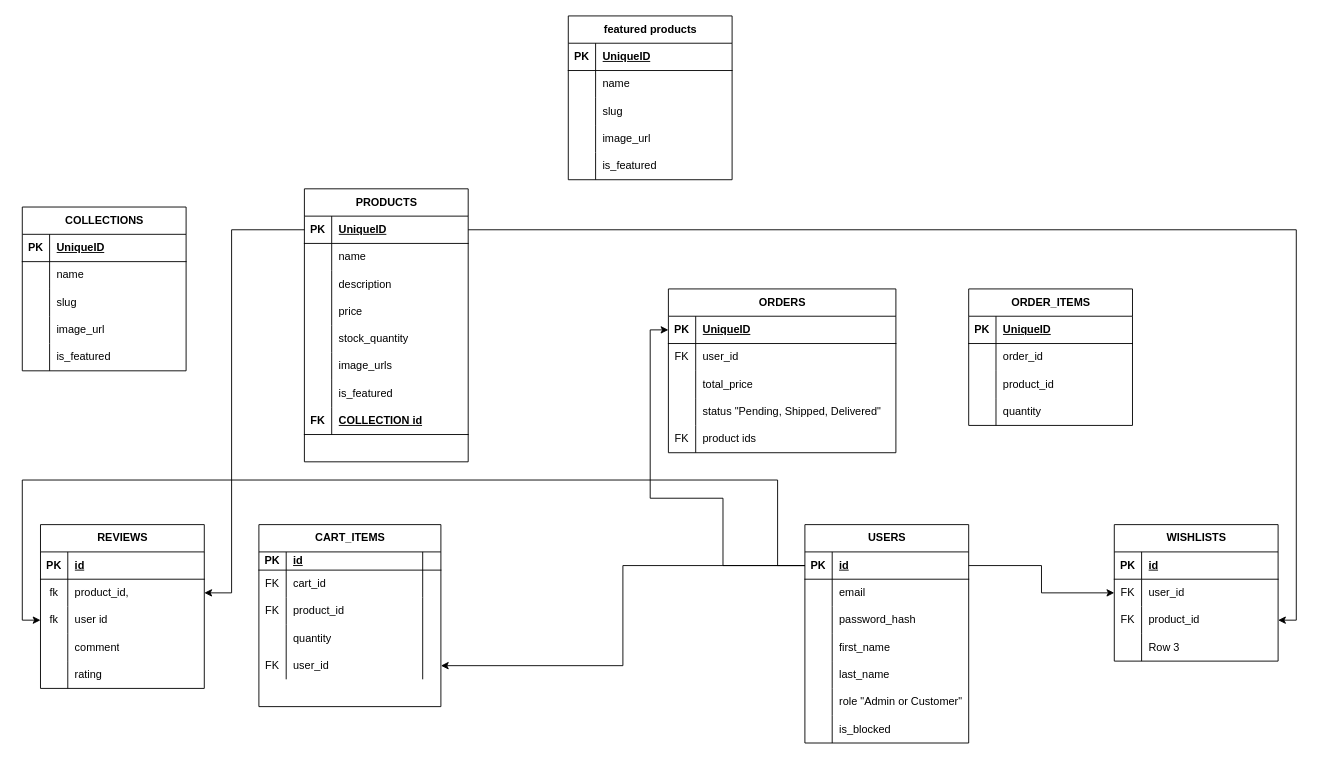
parvesmosarof35/ecommarce-backend keeps this draw.io diagram as erd for ecommarce.drawio. Above is the earlier version. Source tidied: cells renumbered, new cells numbered last; positions are measured from the earlier drawing's top-left corner, leaving out a move shared by most shapes. Both pictures are drawn from the tidied source at 91%, with x=0, y=0 at pixel (22, 15).
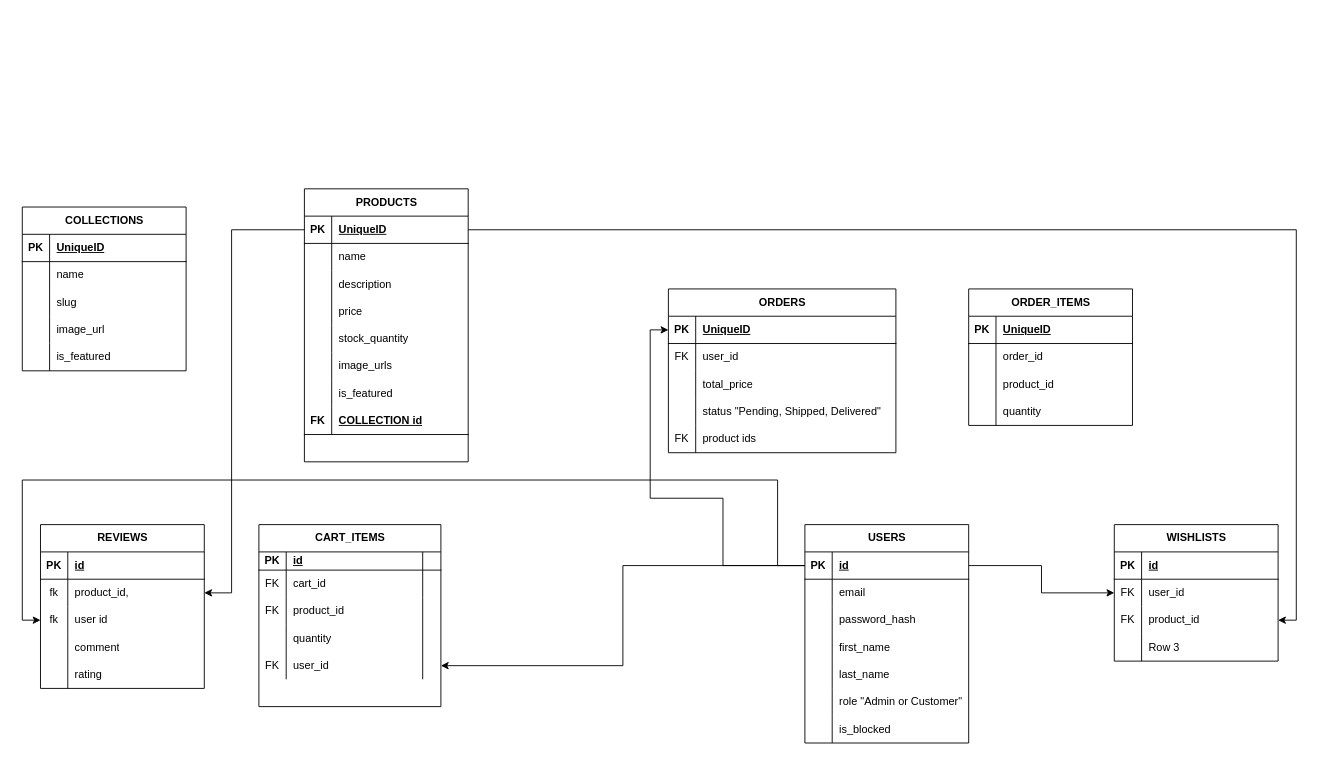
Above is the later version.

What changed in the source:
```diff
@@
-    <mxCell id="150" value="featured products" style="shape=table;startSize=30;childLayout=tableLayout;rowLines=0;fontStyle=1;align=center;html=1;" parent="1" vertex="1">
-      <mxGeometry x="600" width="180" height="180" as="geometry" />
-    </mxCell>
-    <mxCell id="151" style="shape=tableRow;horizontal=0;startSize=0;swimlaneHead=0;swimlaneBody=0;fillColor=none;top=0;left=0;right=0;bottom=1;" parent="150" vertex="1">
-      <mxGeometry y="30" width="180" height="30" as="geometry" />
-    </mxCell>
-    <mxCell id="152" value="PK" style="shape=partialRectangle;fillColor=none;top=0;left=0;bottom=0;right=0;fontStyle=1;overflow=hidden;whiteSpace=wrap;html=1;" parent="151" vertex="1">
-      <mxGeometry width="30" height="30" as="geometry" />
-    </mxCell>
-    <mxCell id="153" value="UniqueID" style="shape=partialRectangle;fillColor=none;top=0;left=0;bottom=0;right=0;align=left;spacingLeft=6;fontStyle=5;overflow=hidden;whiteSpace=wrap;html=1;" parent="151" vertex="1">
-      <mxGeometry x="30" width="150" height="30" as="geometry" />
-    </mxCell>
-    <mxCell id="154" style="shape=tableRow;horizontal=0;startSize=0;swimlaneHead=0;swimlaneBody=0;fillColor=none;top=0;left=0;right=0;bottom=0;" parent="150" vertex="1">
-      <mxGeometry y="60" width="180" height="30" as="geometry" />
-    </mxCell>
-    <mxCell id="155" style="shape=partialRectangle;fillColor=none;top=0;left=0;bottom=0;right=0;overflow=hidden;whiteSpace=wrap;html=1;" parent="154" vertex="1">
-      <mxGeometry width="30" height="30" as="geometry" />
-    </mxCell>
-    <mxCell id="156" value="name " style="shape=partialRectangle;fillColor=none;top=0;left=0;bottom=0;right=0;align=left;spacingLeft=6;overflow=hidden;whiteSpace=wrap;html=1;" parent="154" vertex="1">
-      <mxGeometry x="30" width="150" height="30" as="geometry" />
-    </mxCell>
-    <mxCell id="157" style="shape=tableRow;horizontal=0;startSize=0;swimlaneHead=0;swimlaneBody=0;fillColor=none;top=0;left=0;right=0;bottom=0;" parent="150" vertex="1">
-      <mxGeometry y="90" width="180" height="30" as="geometry" />
-    </mxCell>
-    <mxCell id="158" style="shape=partialRectangle;fillColor=none;top=0;left=0;bottom=0;right=0;overflow=hidden;whiteSpace=wrap;html=1;" parent="157" vertex="1">
-      <mxGeometry width="30" height="30" as="geometry" />
-    </mxCell>
-    <mxCell id="159" value="slug" style="shape=partialRectangle;fillColor=none;top=0;left=0;bottom=0;right=0;align=left;spacingLeft=6;overflow=hidden;whiteSpace=wrap;html=1;" parent="157" vertex="1">
-      <mxGeometry x="30" width="150" height="30" as="geometry" />
-    </mxCell>
-    <mxCell id="160" style="shape=tableRow;horizontal=0;startSize=0;swimlaneHead=0;swimlaneBody=0;fillColor=none;top=0;left=0;right=0;bottom=0;" parent="150" vertex="1">
-      <mxGeometry y="120" width="180" height="30" as="geometry" />
-    </mxCell>
-    <mxCell id="161" style="shape=partialRectangle;fillColor=none;top=0;left=0;bottom=0;right=0;overflow=hidden;whiteSpace=wrap;html=1;" parent="160" vertex="1">
-      <mxGeometry width="30" height="30" as="geometry" />
-    </mxCell>
-    <mxCell id="162" value="image_url" style="shape=partialRectangle;fillColor=none;top=0;left=0;bottom=0;right=0;align=left;spacingLeft=6;overflow=hidden;whiteSpace=wrap;html=1;" parent="160" vertex="1">
-      <mxGeometry x="30" width="150" height="30" as="geometry" />
-    </mxCell>
-    <mxCell id="163" style="shape=tableRow;horizontal=0;startSize=0;swimlaneHead=0;swimlaneBody=0;fillColor=none;top=0;left=0;right=0;bottom=0;" parent="150" vertex="1">
-      <mxGeometry y="150" width="180" height="30" as="geometry" />
-    </mxCell>
-    <mxCell id="164" style="shape=partialRectangle;fillColor=none;top=0;left=0;bottom=0;right=0;overflow=hidden;whiteSpace=wrap;html=1;" parent="163" vertex="1">
-      <mxGeometry width="30" height="30" as="geometry" />
-    </mxCell>
-    <mxCell id="165" value="is_featured " style="shape=partialRectangle;fillColor=none;top=0;left=0;bottom=0;right=0;align=left;spacingLeft=6;overflow=hidden;whiteSpace=wrap;html=1;" parent="163" vertex="1">
-      <mxGeometry x="30" width="150" height="30" as="geometry" />
-    </mxCell>
```
